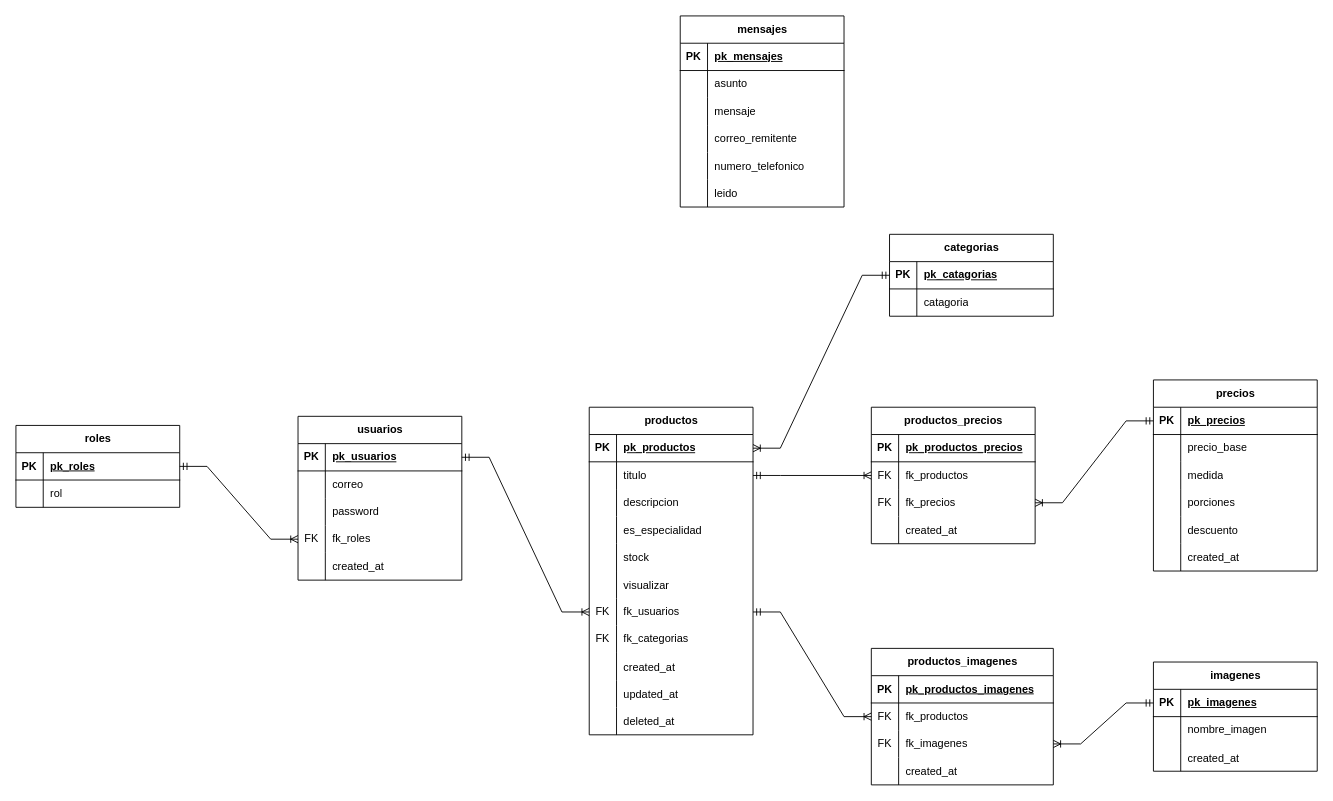
This is page "Página-2" (2 of 2) of diagrama.drawio from omarsilverio/resposteria_catalogo, a draw.io file, before an edit. Source tidied: cells renumbered, new cells numbered last; positions are measured from the earlier drawing's top-left corner, leaving out a move shared by most shapes. Both pictures are drawn from the tidied source at 91%, with x=0, y=0 at pixel (15, 15).
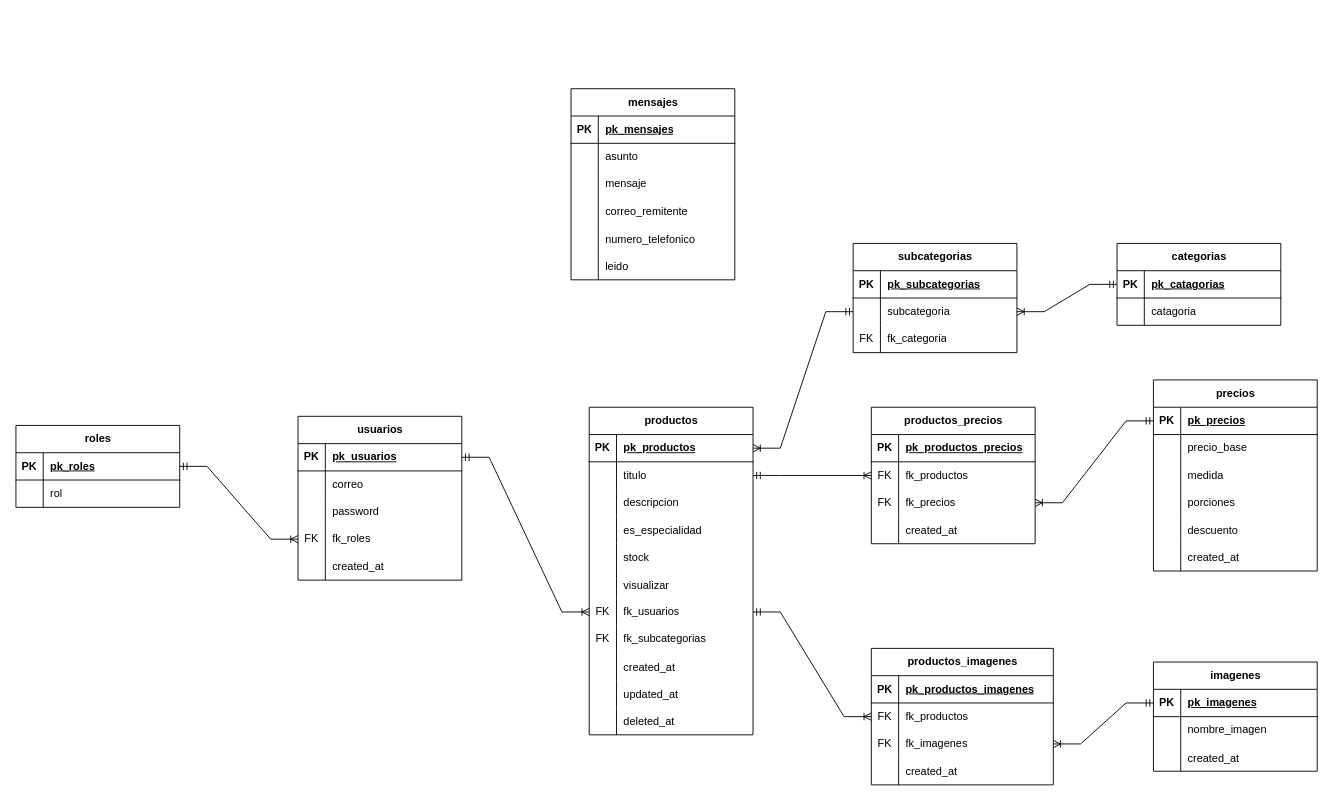
After the change.

Unchanged cells that the change refers to:
```xml
<mxCell id="27" style="shape=tableRow;horizontal=0;startSize=0;swimlaneHead=0;swimlaneBody=0;fillColor=none;points=[[0,0.5],[1,0.5]];portConstraint=eastwest;top=0;left=0;right=0;bottom=1;" parent="26" vertex="1">
  <mxGeometry y="30" width="180" height="30" as="geometry" />
</mxCell>
<mxCell id="48" style="shape=tableRow;horizontal=0;startSize=0;swimlaneHead=0;swimlaneBody=0;fillColor=none;top=0;left=0;right=0;bottom=0;" parent="26" vertex="1">
  <mxGeometry y="240" width="180" height="30" as="geometry" />
</mxCell>
```

Diff of the diagram source:
```diff
@@
-    <mxCell id="50" value="fk_categorias" style="shape=partialRectangle;fillColor=none;top=0;left=0;bottom=0;right=0;align=left;spacingLeft=6;fontStyle=0;overflow=hidden;whiteSpace=wrap;html=1;" parent="48" vertex="1">
+    <mxCell id="50" value="fk_subcategorias" style="shape=partialRectangle;fillColor=none;top=0;left=0;bottom=0;right=0;align=left;spacingLeft=6;fontStyle=0;overflow=hidden;whiteSpace=wrap;html=1;" parent="48" vertex="1">
       <mxGeometry x="30" width="150" height="30" as="geometry" />
     </mxCell>
@@
-    <mxCell id="60" value="categorias" style="shape=table;startSize=30;childLayout=tableLayout;rowLines=0;fontStyle=1;align=center;html=1;" parent="1" vertex="1">
-      <mxGeometry x="960" y="240" width="180" height="90" as="geometry" />
-    </mxCell>
-    <mxCell id="61" style="shape=tableRow;horizontal=0;startSize=0;swimlaneHead=0;swimlaneBody=0;fillColor=none;points=[[0,0.5],[1,0.5]];portConstraint=eastwest;top=0;left=0;right=0;bottom=1;" parent="60" vertex="1">
-      <mxGeometry y="30" width="180" height="30" as="geometry" />
-    </mxCell>
-    <mxCell id="62" value="PK" style="shape=partialRectangle;fillColor=none;top=0;left=0;bottom=0;right=0;fontStyle=1;overflow=hidden;whiteSpace=wrap;html=1;" parent="61" vertex="1">
-      <mxGeometry width="30" height="30" as="geometry" />
-    </mxCell>
-    <mxCell id="63" value="pk_catagorias" style="shape=partialRectangle;fillColor=none;top=0;left=0;bottom=0;right=0;align=left;spacingLeft=6;fontStyle=5;overflow=hidden;whiteSpace=wrap;html=1;" parent="61" vertex="1">
-      <mxGeometry x="30" width="150" height="30" as="geometry" />
-    </mxCell>
-    <mxCell id="64" style="shape=tableRow;horizontal=0;startSize=0;swimlaneHead=0;swimlaneBody=0;fillColor=none;top=0;left=0;right=0;bottom=0;" parent="60" vertex="1">
-      <mxGeometry y="60" width="180" height="30" as="geometry" />
-    </mxCell>
-    <mxCell id="65" style="shape=partialRectangle;fillColor=none;top=0;left=0;bottom=0;right=0;overflow=hidden;whiteSpace=wrap;html=1;" parent="64" vertex="1">
-      <mxGeometry width="30" height="30" as="geometry" />
-    </mxCell>
-    <mxCell id="66" value="catagoria" style="shape=partialRectangle;fillColor=none;top=0;left=0;bottom=0;right=0;align=left;spacingLeft=6;overflow=hidden;whiteSpace=wrap;html=1;" parent="64" vertex="1">
-      <mxGeometry x="30" width="150" height="30" as="geometry" />
-    </mxCell>
@@
-    <mxCell id="87" style="edgeStyle=entityRelationEdgeStyle;fontSize=12;html=1;endArrow=ERoneToMany;startArrow=ERmandOne;rounded=0;entryX=1;entryY=0.5;entryDx=0;entryDy=0;exitX=0;exitY=0.5;exitDx=0;exitDy=0;" parent="1" edge="1" source="61" target="27">
+    <mxCell id="87" style="edgeStyle=entityRelationEdgeStyle;fontSize=12;html=1;endArrow=ERoneToMany;startArrow=ERmandOne;rounded=0;entryX=1;entryY=0.5;entryDx=0;entryDy=0;" parent="1" edge="1" source="155" target="27">
       <mxGeometry relative="1" as="geometry" />
     </mxCell>
@@
     <mxCell id="128" value="mensajes" style="shape=table;startSize=30;childLayout=tableLayout;rowLines=0;fontStyle=1;align=center;html=1;" parent="1" vertex="1">
-      <mxGeometry x="730" width="180" height="210" as="geometry" />
+      <mxGeometry x="610" y="80" width="180" height="210" as="geometry" />
     </mxCell>
@@
+    <mxCell id="60" value="categorias" style="shape=table;startSize=30;childLayout=tableLayout;rowLines=0;fontStyle=1;align=center;html=1;" parent="1" vertex="1">
+      <mxGeometry x="1210" y="250" width="180" height="90" as="geometry" />
+    </mxCell>
+    <mxCell id="147" style="shape=tableRow;horizontal=0;startSize=0;swimlaneHead=0;swimlaneBody=0;fillColor=none;points=[[0,0.5],[1,0.5]];portConstraint=eastwest;top=0;left=0;right=0;bottom=1;" parent="60" vertex="1">
+      <mxGeometry y="30" width="180" height="30" as="geometry" />
+    </mxCell>
+    <mxCell id="148" value="PK" style="shape=partialRectangle;fillColor=none;top=0;left=0;bottom=0;right=0;fontStyle=1;overflow=hidden;whiteSpace=wrap;html=1;" parent="147" vertex="1">
+      <mxGeometry width="30" height="30" as="geometry" />
+    </mxCell>
+    <mxCell id="63" value="pk_catagorias" style="shape=partialRectangle;fillColor=none;top=0;left=0;bottom=0;right=0;align=left;spacingLeft=6;fontStyle=5;overflow=hidden;whiteSpace=wrap;html=1;" parent="147" vertex="1">
+      <mxGeometry x="30" width="150" height="30" as="geometry" />
+    </mxCell>
+    <mxCell id="149" style="shape=tableRow;horizontal=0;startSize=0;swimlaneHead=0;swimlaneBody=0;fillColor=none;top=0;left=0;right=0;bottom=0;" parent="60" vertex="1">
+      <mxGeometry y="60" width="180" height="30" as="geometry" />
+    </mxCell>
+    <mxCell id="150" style="shape=partialRectangle;fillColor=none;top=0;left=0;bottom=0;right=0;overflow=hidden;whiteSpace=wrap;html=1;" parent="149" vertex="1">
+      <mxGeometry width="30" height="30" as="geometry" />
+    </mxCell>
+    <mxCell id="66" value="catagoria" style="shape=partialRectangle;fillColor=none;top=0;left=0;bottom=0;right=0;align=left;spacingLeft=6;overflow=hidden;whiteSpace=wrap;html=1;" parent="149" vertex="1">
+      <mxGeometry x="30" width="150" height="30" as="geometry" />
+    </mxCell>
+    <mxCell id="151" value="subcategorias" style="shape=table;startSize=30;childLayout=tableLayout;rowLines=0;fontStyle=1;align=center;html=1;" parent="1" vertex="1">
+      <mxGeometry x="920" y="250" width="180" height="120" as="geometry" />
+    </mxCell>
+    <mxCell id="152" style="shape=tableRow;horizontal=0;startSize=0;swimlaneHead=0;swimlaneBody=0;fillColor=none;top=0;left=0;right=0;bottom=1;" parent="151" vertex="1">
+      <mxGeometry y="30" width="180" height="30" as="geometry" />
+    </mxCell>
+    <mxCell id="153" value="PK" style="shape=partialRectangle;fillColor=none;top=0;left=0;bottom=0;right=0;fontStyle=1;overflow=hidden;whiteSpace=wrap;html=1;" parent="152" vertex="1">
+      <mxGeometry width="30" height="30" as="geometry" />
+    </mxCell>
+    <mxCell id="154" value="pk_subcategorias" style="shape=partialRectangle;fillColor=none;top=0;left=0;bottom=0;right=0;align=left;spacingLeft=6;fontStyle=5;overflow=hidden;whiteSpace=wrap;html=1;" parent="152" vertex="1">
+      <mxGeometry x="30" width="150" height="30" as="geometry" />
+    </mxCell>
+    <mxCell id="155" style="shape=tableRow;horizontal=0;startSize=0;swimlaneHead=0;swimlaneBody=0;fillColor=none;points=[[0,0.5],[1,0.5]];portConstraint=eastwest;top=0;left=0;right=0;bottom=0;" parent="151" vertex="1">
+      <mxGeometry y="60" width="180" height="30" as="geometry" />
+    </mxCell>
+    <mxCell id="156" style="shape=partialRectangle;fillColor=none;top=0;left=0;bottom=0;right=0;overflow=hidden;whiteSpace=wrap;html=1;" parent="155" vertex="1">
+      <mxGeometry width="30" height="30" as="geometry" />
+    </mxCell>
+    <mxCell id="157" value="subcategoria" style="shape=partialRectangle;fillColor=none;top=0;left=0;bottom=0;right=0;align=left;spacingLeft=6;overflow=hidden;whiteSpace=wrap;html=1;" parent="155" vertex="1">
+      <mxGeometry x="30" width="150" height="30" as="geometry" />
+    </mxCell>
+    <mxCell id="158" style="shape=tableRow;horizontal=0;startSize=0;swimlaneHead=0;swimlaneBody=0;fillColor=none;top=0;left=0;right=0;bottom=0;" parent="151" vertex="1">
+      <mxGeometry y="90" width="180" height="30" as="geometry" />
+    </mxCell>
+    <mxCell id="159" value="FK" style="shape=partialRectangle;fillColor=none;top=0;left=0;bottom=0;right=0;fontStyle=0;overflow=hidden;whiteSpace=wrap;html=1;" parent="158" vertex="1">
+      <mxGeometry width="30" height="30" as="geometry" />
+    </mxCell>
+    <mxCell id="160" value="fk_categoria" style="shape=partialRectangle;fillColor=none;top=0;left=0;bottom=0;right=0;align=left;spacingLeft=6;fontStyle=0;overflow=hidden;whiteSpace=wrap;html=1;" parent="158" vertex="1">
+      <mxGeometry x="30" width="150" height="30" as="geometry" />
+    </mxCell>
+    <mxCell id="161" style="edgeStyle=entityRelationEdgeStyle;fontSize=12;html=1;endArrow=ERoneToMany;startArrow=ERmandOne;rounded=0;entryX=1;entryY=0.5;entryDx=0;entryDy=0;exitX=0;exitY=0.5;exitDx=0;exitDy=0;" parent="1" edge="1" source="147" target="155">
+      <mxGeometry relative="1" as="geometry" />
+    </mxCell>
```
